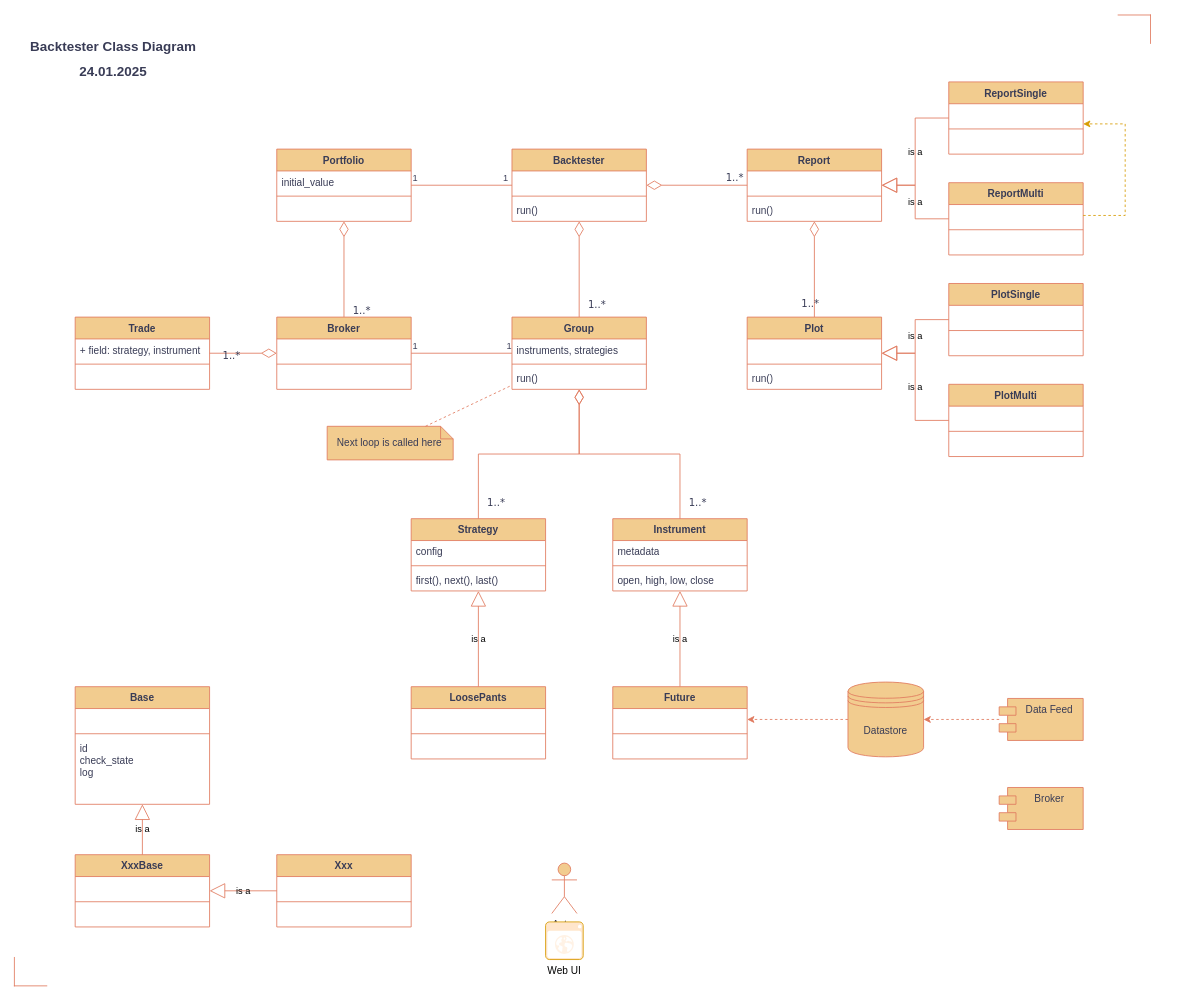
Above: Src/Futures/Backtester/BacktesterBase/Class Diagram.drawio in VLolov/Norgate (draw.io), before the change. Source tidied: cells renumbered, new cells numbered last; positions are measured from the earlier drawing's top-left corner, leaving out a move shared by most shapes. Both pictures are drawn from the tidied source at 84%, with x=0, y=0 at pixel (16, 13).
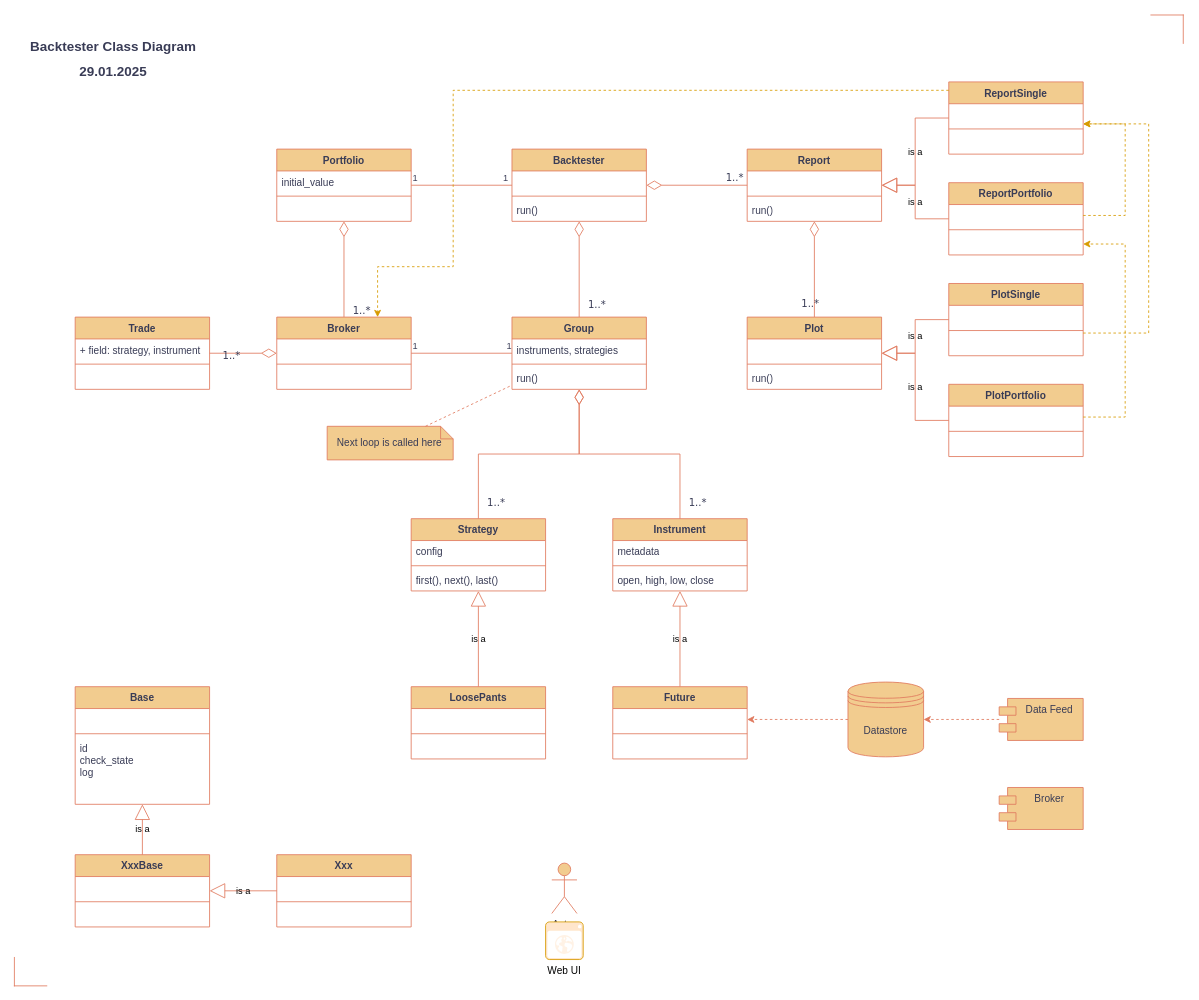
The same page after the edit.

The change refers to these unchanged cells:
```xml
<mxCell id="54" value="ReportSingle" style="swimlane;fontStyle=1;align=center;verticalAlign=top;horizontal=1;startSize=26;whiteSpace=wrap;html=1;labelBackgroundColor=none;fillColor=#F2CC8F;strokeColor=#E07A5F;fontColor=#393C56;" parent="1" vertex="1">
  <mxGeometry x="1110" y="82" width="160" height="86" as="geometry" />
</mxCell>
<mxCell id="61" value="&amp;nbsp;" style="text;strokeColor=none;fillColor=none;align=left;verticalAlign=top;spacingLeft=4;spacingRight=4;overflow=hidden;points=[[0,0.5],[1,0.5]];portConstraint=eastwest;whiteSpace=wrap;html=1;labelBackgroundColor=none;fontColor=#393C56;" parent="58" vertex="1">
  <mxGeometry y="60" width="160" height="26" as="geometry" />
</mxCell>
<mxCell id="64" value="PlotSingle" style="swimlane;fontStyle=1;align=center;verticalAlign=top;horizontal=1;startSize=26;whiteSpace=wrap;html=1;labelBackgroundColor=none;fillColor=#F2CC8F;strokeColor=#E07A5F;fontColor=#393C56;" parent="1" vertex="1">
  <mxGeometry x="1110" y="322" width="160" height="86" as="geometry" />
</mxCell>
<mxCell id="69" value="&amp;nbsp;" style="text;strokeColor=none;fillColor=none;align=left;verticalAlign=top;spacingLeft=4;spacingRight=4;overflow=hidden;points=[[0,0.5],[1,0.5]];portConstraint=eastwest;whiteSpace=wrap;html=1;labelBackgroundColor=none;fontColor=#393C56;" parent="68" vertex="1">
  <mxGeometry y="26" width="160" height="26" as="geometry" />
</mxCell>
<mxCell id="88" value="Broker" style="swimlane;fontStyle=1;align=center;verticalAlign=top;horizontal=1;startSize=26;whiteSpace=wrap;html=1;labelBackgroundColor=none;fillColor=#F2CC8F;strokeColor=#E07A5F;fontColor=#393C56;" parent="1" vertex="1">
  <mxGeometry x="310" y="362" width="160" height="86" as="geometry" />
</mxCell>
```

Change to the diagram source:
```diff
@@
-    <mxCell id="38" value="&lt;font style=&quot;font-size: 16px;&quot;&gt;Backtester Class Diagram&lt;/font&gt;&lt;br&gt;&lt;font style=&quot;font-size: 16px;&quot;&gt;24.01.2025&lt;/font&gt;" style="text;strokeColor=none;fillColor=none;html=1;fontSize=24;fontStyle=1;verticalAlign=middle;align=center;labelBackgroundColor=none;fontColor=#393C56;" parent="1" vertex="1">
+    <mxCell id="38" value="&lt;font style=&quot;font-size: 16px;&quot;&gt;Backtester Class Diagram&lt;/font&gt;&lt;br&gt;&lt;font style=&quot;font-size: 16px;&quot;&gt;29.01.2025&lt;/font&gt;" style="text;strokeColor=none;fillColor=none;html=1;fontSize=24;fontStyle=1;verticalAlign=middle;align=center;labelBackgroundColor=none;fontColor=#393C56;" parent="1" vertex="1">
       <mxGeometry x="10" y="12" width="210" height="80" as="geometry" />
     </mxCell>
@@
-    <mxCell id="58" value="ReportMulti" style="swimlane;fontStyle=1;align=center;verticalAlign=top;horizontal=1;startSize=26;whiteSpace=wrap;html=1;labelBackgroundColor=none;fillColor=#F2CC8F;strokeColor=#E07A5F;fontColor=#393C56;" parent="1" vertex="1">
+    <mxCell id="58" value="ReportPortfolio" style="swimlane;fontStyle=1;align=center;verticalAlign=top;horizontal=1;startSize=26;whiteSpace=wrap;html=1;labelBackgroundColor=none;fillColor=#F2CC8F;strokeColor=#E07A5F;fontColor=#393C56;" parent="1" vertex="1">
       <mxGeometry x="1110" y="202" width="160" height="86" as="geometry" />
     </mxCell>
@@
-    <mxCell id="68" value="PlotMulti" style="swimlane;fontStyle=1;align=center;verticalAlign=top;horizontal=1;startSize=26;whiteSpace=wrap;html=1;labelBackgroundColor=none;fillColor=#F2CC8F;strokeColor=#E07A5F;fontColor=#393C56;" parent="1" vertex="1">
+    <mxCell id="68" value="PlotPortfolio" style="swimlane;fontStyle=1;align=center;verticalAlign=top;horizontal=1;startSize=26;whiteSpace=wrap;html=1;labelBackgroundColor=none;fillColor=#F2CC8F;strokeColor=#E07A5F;fontColor=#393C56;" parent="1" vertex="1">
       <mxGeometry x="1110" y="442" width="160" height="86" as="geometry" />
     </mxCell>
@@
     <mxCell id="104" style="shape=partialRectangle;whiteSpace=wrap;html=1;bottom=0;right=0;fillColor=none;strokeColor=#E07A5F;fontColor=#393C56;rotation=90;labelBackgroundColor=none;" parent="1" vertex="1">
-      <mxGeometry x="1314" width="33.8" height="38.5" as="geometry" />
+      <mxGeometry x="1353" width="33.8" height="38.5" as="geometry" />
     </mxCell>
@@
+    <mxCell id="115" style="edgeStyle=orthogonalEdgeStyle;rounded=0;jettySize=auto;html=1;fillColor=#ffe6cc;strokeColor=#d79b00;dashed=1;" parent="1" edge="1" source="64" target="54">
+      <mxGeometry relative="1" as="geometry">
+        <Array as="points">
+          <mxPoint x="1348" y="381" />
+          <mxPoint x="1348" y="132" />
+        </Array>
+      </mxGeometry>
+    </mxCell>
+    <mxCell id="116" style="edgeStyle=orthogonalEdgeStyle;rounded=0;jettySize=auto;html=1;dashed=1;strokeColor=#d79b00;align=center;verticalAlign=middle;fontFamily=Helvetica;fontSize=11;fontColor=default;labelBackgroundColor=default;endArrow=classic;fillColor=#ffe6cc;entryX=1;entryY=0.5;entryDx=0;entryDy=0;" parent="1" edge="1" source="69" target="61">
+      <mxGeometry relative="1" as="geometry">
+        <Array as="points">
+          <mxPoint x="1320" y="481" />
+          <mxPoint x="1320" y="275" />
+        </Array>
+      </mxGeometry>
+    </mxCell>
+    <mxCell id="117" style="edgeStyle=orthogonalEdgeStyle;rounded=0;jettySize=auto;html=1;dashed=1;strokeColor=#d79b00;align=center;verticalAlign=middle;fontFamily=Helvetica;fontSize=11;fontColor=default;labelBackgroundColor=default;endArrow=classic;fillColor=#ffe6cc;entryX=0.75;entryY=0;entryDx=0;entryDy=0;" parent="1" edge="1" source="54" target="88">
+      <mxGeometry relative="1" as="geometry">
+        <Array as="points">
+          <mxPoint x="520" y="92" />
+          <mxPoint x="520" y="302" />
+          <mxPoint x="430" y="302" />
+        </Array>
+      </mxGeometry>
+    </mxCell>
```
